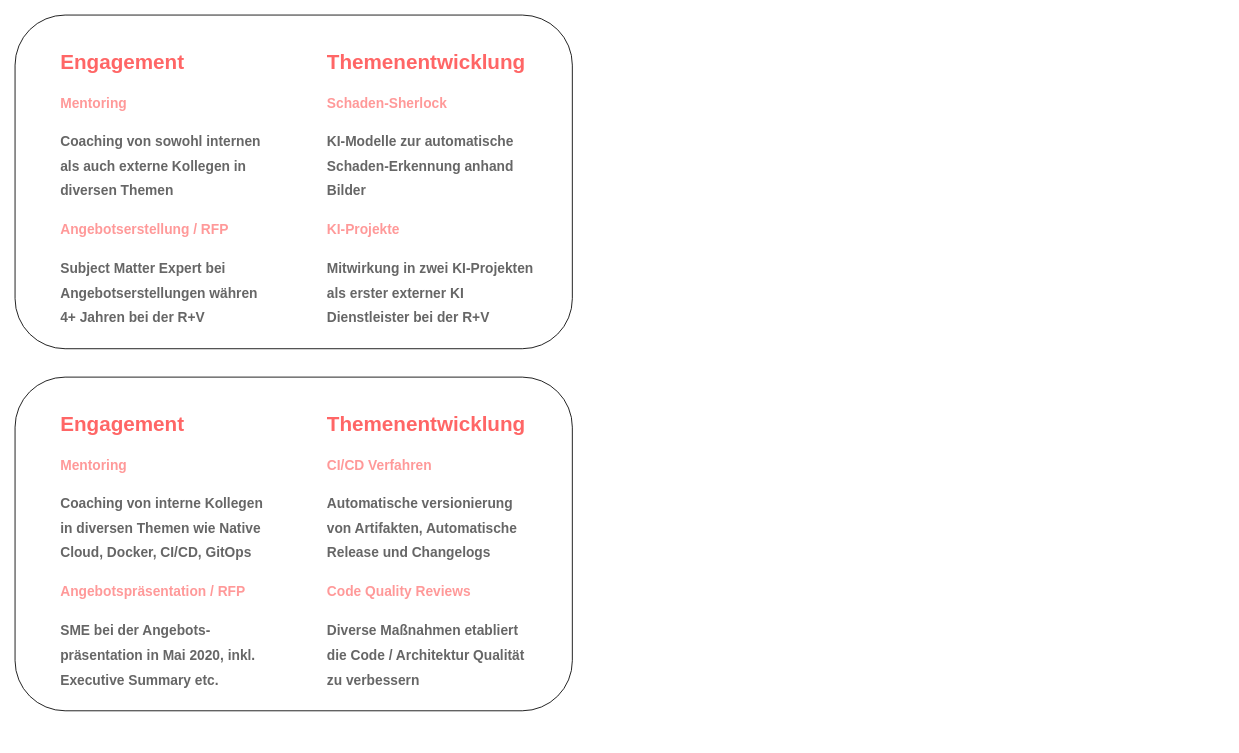
iamulya/drawio-diagrams keeps this draw.io diagram as promotion-board.drawio. Above is the earlier version. Source tidied: cells renumbered, new cells numbered last; positions are measured from the earlier drawing's top-left corner, leaving out a move shared by most shapes. Both pictures are drawn from the tidied source at 86%, with x=0, y=0 at pixel (15, 15).
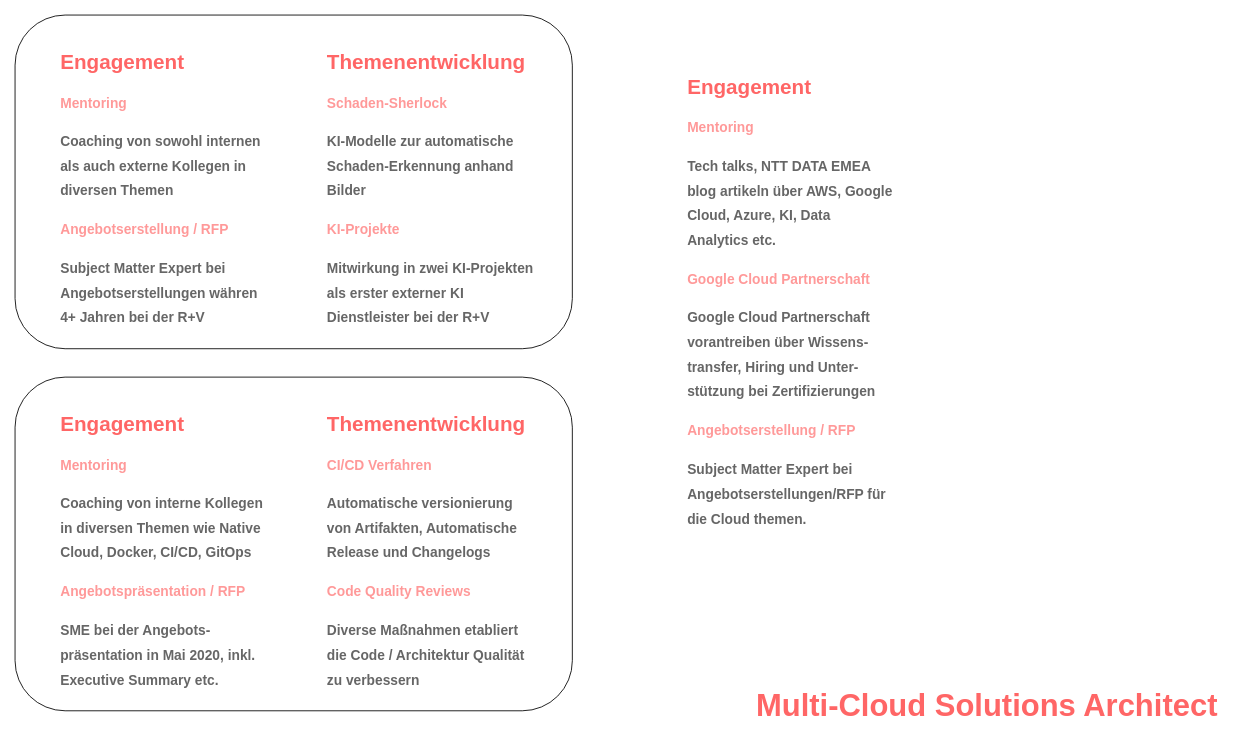
Above is the later version.

The edit, as a diff of the source:
```diff
@@
 <mxGraphModel>
   <root>
     <mxCell id="0" />
     <mxCell id="1" parent="0" />
     <mxCell id="2" style="group;" parent="1" vertex="1">
       <mxGeometry width="648" height="388" as="geometry" />
     </mxCell>
     <mxCell id="3" style="rounded=1;whiteSpace=wrap;html=1;" parent="2" vertex="1">
       <mxGeometry width="648" height="388" as="geometry" />
     </mxCell>
     <mxCell id="4" style="group;" parent="2" vertex="1">
       <mxGeometry x="48" y="35" width="560" height="340" as="geometry" />
     </mxCell>
     <mxCell id="5" value="&lt;h1&gt;&lt;font color=&quot;#ff6666&quot;&gt;Themenentwicklung&lt;/font&gt;&lt;/h1&gt;&lt;h1&gt;&lt;font style=&quot;font-size: 16px&quot;&gt;&lt;font color=&quot;#ff9999&quot;&gt;Schaden-Sherlock&lt;/font&gt;&lt;br&gt;&lt;/font&gt;&lt;/h1&gt;&lt;h1&gt;&lt;font style=&quot;font-size: 16px&quot; color=&quot;#666666&quot;&gt;KI-Modelle zur automatische Schaden-Erkennung anhand Bilder&lt;/font&gt;&lt;/h1&gt;&lt;h1&gt;&lt;font color=&quot;#ff9999&quot;&gt;&lt;span style=&quot;font-size: 16px&quot;&gt;KI-Projekte&lt;/span&gt;&lt;/font&gt;&lt;/h1&gt;&lt;div&gt;&lt;h1&gt;&lt;span style=&quot;font-size: 16px&quot;&gt;&lt;font color=&quot;#666666&quot;&gt;Mitwirkung in zwei KI-Projekten als erster externer KI Dienstleister bei der R+V&lt;/font&gt;&lt;/span&gt;&lt;/h1&gt;&lt;/div&gt;" style="text;html=1;strokeColor=none;fillColor=none;spacing=5;spacingTop=-20;whiteSpace=wrap;overflow=hidden;rounded=0;" parent="4" vertex="1">
       <mxGeometry x="310" width="250" height="340" as="geometry" />
     </mxCell>
     <mxCell id="6" value="&lt;h1&gt;&lt;span&gt;&lt;font color=&quot;#ff6666&quot;&gt;Engagement&lt;/font&gt;&lt;/span&gt;&lt;/h1&gt;&lt;h1&gt;&lt;font color=&quot;#ff9999&quot;&gt;&lt;span style=&quot;font-size: 16px&quot;&gt;Mentoring&lt;/span&gt;&lt;/font&gt;&lt;/h1&gt;&lt;h1&gt;&lt;font color=&quot;#666666&quot;&gt;&lt;span style=&quot;font-size: 16px&quot;&gt;Coaching von sowohl internen als auch externe Kollegen in diversen Themen&amp;nbsp;&lt;/span&gt;&lt;/font&gt;&lt;/h1&gt;&lt;h1&gt;&lt;font color=&quot;#ff9999&quot;&gt;&lt;span style=&quot;font-size: 16px&quot;&gt;Angebotserstellung / RFP&lt;/span&gt;&lt;/font&gt;&lt;/h1&gt;&lt;div&gt;&lt;h1&gt;&lt;span style=&quot;font-size: 16px&quot;&gt;&lt;font color=&quot;#666666&quot;&gt;Subject Matter Expert bei Angebotserstellungen währen 4+ Jahren bei der R+V&lt;/font&gt;&lt;/span&gt;&lt;/h1&gt;&lt;/div&gt;" style="text;html=1;strokeColor=none;fillColor=none;spacing=5;spacingTop=-20;whiteSpace=wrap;overflow=hidden;rounded=0;" parent="4" vertex="1">
       <mxGeometry width="250" height="340" as="geometry" />
     </mxCell>
     <mxCell id="7" style="group;" parent="1" vertex="1">
       <mxGeometry y="421" width="648" height="388" as="geometry" />
     </mxCell>
     <mxCell id="8" style="rounded=1;whiteSpace=wrap;html=1;" parent="7" vertex="1">
       <mxGeometry width="648" height="388" as="geometry" />
     </mxCell>
     <mxCell id="9" style="group;" parent="7" vertex="1">
       <mxGeometry x="48" y="35" width="560" height="340" as="geometry" />
     </mxCell>
     <mxCell id="10" value="&lt;h1&gt;&lt;font color=&quot;#ff6666&quot;&gt;Themenentwicklung&lt;/font&gt;&lt;/h1&gt;&lt;h1&gt;&lt;font style=&quot;font-size: 16px&quot; color=&quot;#ff9999&quot;&gt;CI/CD Verfahren&lt;/font&gt;&lt;/h1&gt;&lt;h1&gt;&lt;font color=&quot;#666666&quot;&gt;&lt;span style=&quot;font-size: 16px&quot;&gt;Automatische versionierung von Artifakten, Automatische Release und Changelogs&lt;/span&gt;&lt;/font&gt;&lt;/h1&gt;&lt;h1&gt;&lt;font color=&quot;#ff9999&quot;&gt;&lt;span style=&quot;font-size: 16px&quot;&gt;Code Quality Reviews&lt;/span&gt;&lt;/font&gt;&lt;/h1&gt;&lt;div&gt;&lt;h1&gt;&lt;font color=&quot;#666666&quot;&gt;&lt;span style=&quot;font-size: 16px&quot;&gt;Diverse Maßnahmen etabliert die Code / Architektur Qualität zu verbessern&lt;/span&gt;&lt;/font&gt;&lt;/h1&gt;&lt;/div&gt;" style="text;html=1;strokeColor=none;fillColor=none;spacing=5;spacingTop=-20;whiteSpace=wrap;overflow=hidden;rounded=0;" parent="9" vertex="1">
       <mxGeometry x="310" width="250" height="340" as="geometry" />
     </mxCell>
     <mxCell id="11" value="&lt;h1&gt;&lt;span&gt;&lt;font color=&quot;#ff6666&quot;&gt;Engagement&lt;/font&gt;&lt;/span&gt;&lt;/h1&gt;&lt;h1&gt;&lt;font color=&quot;#ff9999&quot;&gt;&lt;span style=&quot;font-size: 16px&quot;&gt;Mentoring&lt;/span&gt;&lt;/font&gt;&lt;/h1&gt;&lt;h1&gt;&lt;font color=&quot;#666666&quot;&gt;&lt;span style=&quot;font-size: 16px&quot;&gt;Coaching von interne Kollegen in diversen Themen wie Native Cloud, Docker, CI/CD, GitOps&lt;/span&gt;&lt;/font&gt;&lt;/h1&gt;&lt;h1&gt;&lt;font color=&quot;#ff9999&quot;&gt;&lt;span style=&quot;font-size: 16px&quot;&gt;Angebotspräsentation / RFP&lt;/span&gt;&lt;/font&gt;&lt;/h1&gt;&lt;div&gt;&lt;h1&gt;&lt;span style=&quot;font-size: 16px&quot;&gt;&lt;font color=&quot;#666666&quot;&gt;SME bei der Angebots-präsentation in Mai 2020, inkl. Executive Summary etc.&lt;/font&gt;&lt;/span&gt;&lt;/h1&gt;&lt;/div&gt;" style="text;html=1;strokeColor=none;fillColor=none;spacing=5;spacingTop=-20;whiteSpace=wrap;overflow=hidden;rounded=0;" parent="9" vertex="1">
       <mxGeometry width="250" height="340" as="geometry" />
     </mxCell>
+    <mxCell id="12" value="&lt;h1&gt;&lt;span&gt;&lt;font color=&quot;#ff6666&quot;&gt;Engagement&lt;/font&gt;&lt;/span&gt;&lt;/h1&gt;&lt;h1&gt;&lt;font color=&quot;#ff9999&quot;&gt;&lt;span style=&quot;font-size: 16px&quot;&gt;Mentoring&lt;/span&gt;&lt;/font&gt;&lt;/h1&gt;&lt;h1&gt;&lt;font color=&quot;#666666&quot;&gt;&lt;span style=&quot;font-size: 16px&quot;&gt;Tech talks, NTT DATA EMEA blog artikeln über AWS, Google Cloud, Azure, KI, Data Analytics etc.&lt;/span&gt;&lt;/font&gt;&lt;/h1&gt;&lt;div&gt;&lt;h1&gt;&lt;font color=&quot;#ff9999&quot;&gt;&lt;span style=&quot;font-size: 16px&quot;&gt;Google Cloud Partnerschaft&lt;/span&gt;&lt;/font&gt;&lt;/h1&gt;&lt;h1&gt;&lt;font color=&quot;#666666&quot;&gt;&lt;span style=&quot;font-size: 16px&quot;&gt;Google Cloud Partnerschaft vorantreiben über Wissens-transfer, Hiring und Unter-stützung&amp;nbsp;bei Zertifizierungen&lt;/span&gt;&lt;/font&gt;&lt;/h1&gt;&lt;/div&gt;&lt;h1&gt;&lt;font color=&quot;#ff9999&quot;&gt;&lt;span style=&quot;font-size: 16px&quot;&gt;Angebotserstellung / RFP&lt;/span&gt;&lt;/font&gt;&lt;/h1&gt;&lt;div&gt;&lt;h1&gt;&lt;span style=&quot;font-size: 16px&quot;&gt;&lt;font color=&quot;#666666&quot;&gt;Subject Matter Expert bei Angebotserstellungen/RFP für die Cloud themen.&lt;/font&gt;&lt;/span&gt;&lt;/h1&gt;&lt;/div&gt;" style="text;html=1;strokeColor=none;fillColor=none;spacing=5;spacingTop=-20;whiteSpace=wrap;overflow=hidden;rounded=0;" parent="1" vertex="1">
+      <mxGeometry x="777" y="64" width="247" height="551" as="geometry" />
+    </mxCell>
+    <mxCell id="13" value="&lt;h1 style=&quot;color: rgb(0 , 0 , 0) ; font-family: &amp;#34;helvetica&amp;#34; ; font-style: normal ; letter-spacing: normal ; text-align: left ; text-indent: 0px ; text-transform: none ; word-spacing: 0px&quot;&gt;&lt;font color=&quot;#ff6666&quot; style=&quot;font-size: 36px ; background-color: rgb(255 , 255 , 255)&quot;&gt;Multi-Cloud Solutions Architect&lt;/font&gt;&lt;/h1&gt;" style="text;whiteSpace=wrap;html=1;" parent="1" vertex="1">
+      <mxGeometry x="860" y="759" width="546" height="60" as="geometry" />
+    </mxCell>
   </root>
 </mxGraphModel>
```
